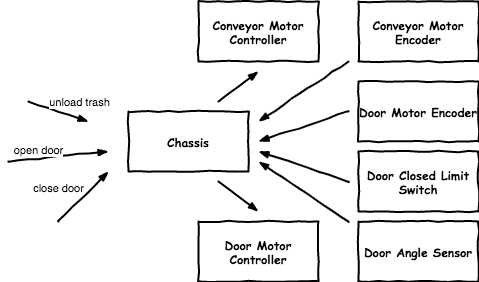
Before: wiki-content/Software-chassis.png, a diagram exported from draw.io (mrtidy/trash-wagon). Source tidied: cells renumbered, new cells last; positions are measured from the earlier drawing's top-left corner, leaving out a move shared by most shapes. The source it was exported from:
```xml
<mxGraphModel background="#ffffff">
  <root>
    <mxCell id="0" style="html=1;" />
    <mxCell id="1" style="html=1;" parent="0" />
    <mxCell id="2" value="Chassis" style="html=1;whiteSpace=wrap;comic=1;strokeWidth=2;fontFamily=Comic Sans MS;fontStyle=1;" parent="1" vertex="1">
      <mxGeometry x="120" y="110" width="120" height="60" as="geometry" />
    </mxCell>
    <mxCell id="3" value="Conveyor Motor Controller" style="html=1;whiteSpace=wrap;comic=1;strokeWidth=2;fontFamily=Comic Sans MS;fontStyle=1;" parent="1" vertex="1">
      <mxGeometry x="190" width="120" height="60" as="geometry" />
    </mxCell>
    <mxCell id="4" value="Door Motor Controller" style="html=1;whiteSpace=wrap;comic=1;strokeWidth=2;fontFamily=Comic Sans MS;fontStyle=1;" parent="1" vertex="1">
      <mxGeometry x="190" y="220" width="120" height="60" as="geometry" />
    </mxCell>
    <mxCell id="5" value="Door Closed Limit Switch" style="html=1;whiteSpace=wrap;comic=1;strokeWidth=2;fontFamily=Comic Sans MS;fontStyle=1;" parent="1" vertex="1">
      <mxGeometry x="350" y="150" width="120" height="60" as="geometry" />
    </mxCell>
    <mxCell id="6" value="Door Angle Sensor" style="html=1;whiteSpace=wrap;comic=1;strokeWidth=2;fontFamily=Comic Sans MS;fontStyle=1;" parent="1" vertex="1">
      <mxGeometry x="350" y="220" width="120" height="60" as="geometry" />
    </mxCell>
    <mxCell id="7" value="Conveyor Motor Encoder" style="html=1;whiteSpace=wrap;comic=1;strokeWidth=2;fontFamily=Comic Sans MS;fontStyle=1;" parent="1" vertex="1">
      <mxGeometry x="350" width="120" height="60" as="geometry" />
    </mxCell>
    <mxCell id="8" value="Door Motor Encoder" style="html=1;whiteSpace=wrap;comic=1;strokeWidth=2;fontFamily=Comic Sans MS;fontStyle=1;" parent="1" vertex="1">
      <mxGeometry x="350" y="80" width="120" height="60" as="geometry" />
    </mxCell>
    <mxCell id="9" style="rounded=0;comic=1;strokeWidth=2;endArrow=blockThin;html=1;fontFamily=Comic Sans MS;fontStyle=1;" parent="1" edge="1">
      <mxGeometry relative="1" as="geometry">
        <mxPoint x="20" y="100" as="sourcePoint" />
        <mxPoint x="80" y="120" as="targetPoint" />
      </mxGeometry>
    </mxCell>
    <mxCell id="10" value="unload trash" style="edgeLabel;html=1;align=center;verticalAlign=middle;" parent="9" vertex="1">
      <mxGeometry x="-0.42" y="-1" relative="1" as="geometry">
        <mxPoint x="33.2" y="-6.6" as="offset" />
      </mxGeometry>
    </mxCell>
    <mxCell id="11" style="rounded=0;comic=1;strokeWidth=2;endArrow=blockThin;html=1;fontFamily=Comic Sans MS;fontStyle=1;" parent="1" edge="1">
      <mxGeometry relative="1" as="geometry">
        <mxPoint y="160" as="sourcePoint" />
        <mxPoint x="100" y="150" as="targetPoint" />
      </mxGeometry>
    </mxCell>
    <mxCell id="12" value="open door" style="edgeLabel;html=1;align=center;verticalAlign=middle;" parent="11" vertex="1">
      <mxGeometry x="0.61" y="3" relative="1" as="geometry">
        <mxPoint x="-50.3" as="offset" />
      </mxGeometry>
    </mxCell>
    <mxCell id="13" style="rounded=0;comic=1;strokeWidth=2;endArrow=blockThin;html=1;fontFamily=Comic Sans MS;fontStyle=1;" parent="1" edge="1">
      <mxGeometry relative="1" as="geometry">
        <mxPoint x="50" y="220" as="sourcePoint" />
        <mxPoint x="100" y="170" as="targetPoint" />
      </mxGeometry>
    </mxCell>
    <mxCell id="14" value="close door" style="edgeLabel;html=1;align=center;verticalAlign=middle;" parent="13" vertex="1">
      <mxGeometry x="0.4" y="-1" relative="1" as="geometry">
        <mxPoint x="-35.4" as="offset" />
      </mxGeometry>
    </mxCell>
    <mxCell id="15" style="rounded=0;comic=1;strokeWidth=2;endArrow=blockThin;html=1;fontFamily=Comic Sans MS;fontStyle=1;" parent="1" edge="1">
      <mxGeometry relative="1" as="geometry">
        <mxPoint x="210" y="100" as="sourcePoint" />
        <mxPoint x="250" y="70" as="targetPoint" />
      </mxGeometry>
    </mxCell>
    <mxCell id="16" style="rounded=0;comic=1;strokeWidth=2;endArrow=blockThin;html=1;fontFamily=Comic Sans MS;fontStyle=1;" parent="1" edge="1">
      <mxGeometry relative="1" as="geometry">
        <mxPoint x="210" y="180" as="sourcePoint" />
        <mxPoint x="250" y="210" as="targetPoint" />
      </mxGeometry>
    </mxCell>
    <mxCell id="17" style="rounded=0;comic=1;strokeWidth=2;endArrow=blockThin;html=1;fontFamily=Comic Sans MS;fontStyle=1;" parent="1" edge="1">
      <mxGeometry relative="1" as="geometry">
        <mxPoint x="340" y="60" as="sourcePoint" />
        <mxPoint x="250" y="120" as="targetPoint" />
      </mxGeometry>
    </mxCell>
    <mxCell id="18" style="rounded=0;comic=1;strokeWidth=2;endArrow=blockThin;html=1;fontFamily=Comic Sans MS;fontStyle=1;" parent="1" edge="1">
      <mxGeometry relative="1" as="geometry">
        <mxPoint x="340" y="220" as="sourcePoint" />
        <mxPoint x="250" y="160" as="targetPoint" />
      </mxGeometry>
    </mxCell>
    <mxCell id="19" style="rounded=0;comic=1;strokeWidth=2;endArrow=blockThin;html=1;fontFamily=Comic Sans MS;fontStyle=1;" parent="1" edge="1">
      <mxGeometry relative="1" as="geometry">
        <mxPoint x="340" y="180" as="sourcePoint" />
        <mxPoint x="250" y="150" as="targetPoint" />
      </mxGeometry>
    </mxCell>
    <mxCell id="20" style="rounded=0;comic=1;strokeWidth=2;endArrow=blockThin;html=1;fontFamily=Comic Sans MS;fontStyle=1;" parent="1" edge="1">
      <mxGeometry relative="1" as="geometry">
        <mxPoint x="340" y="110" as="sourcePoint" />
        <mxPoint x="250" y="140" as="targetPoint" />
      </mxGeometry>
    </mxCell>
  </root>
</mxGraphModel>
```
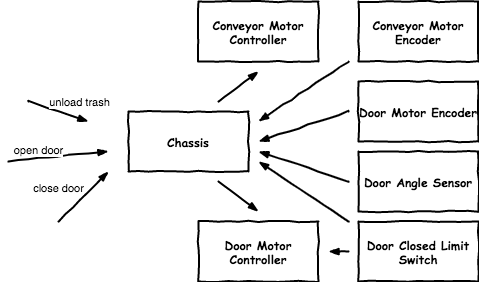
After the change.

Diff of the diagram source:
```diff
@@ -11,10 +11,10 @@
     <mxCell id="4" value="Door Motor Controller" style="html=1;whiteSpace=wrap;comic=1;strokeWidth=2;fontFamily=Comic Sans MS;fontStyle=1;" parent="1" vertex="1">
       <mxGeometry x="190" y="220" width="120" height="60" as="geometry" />
     </mxCell>
-    <mxCell id="5" value="Door Closed Limit Switch" style="html=1;whiteSpace=wrap;comic=1;strokeWidth=2;fontFamily=Comic Sans MS;fontStyle=1;" parent="1" vertex="1">
+    <mxCell id="5" value="Door Angle Sensor" style="html=1;whiteSpace=wrap;comic=1;strokeWidth=2;fontFamily=Comic Sans MS;fontStyle=1;" parent="1" vertex="1">
       <mxGeometry x="350" y="150" width="120" height="60" as="geometry" />
     </mxCell>
-    <mxCell id="6" value="Door Angle Sensor" style="html=1;whiteSpace=wrap;comic=1;strokeWidth=2;fontFamily=Comic Sans MS;fontStyle=1;" parent="1" vertex="1">
+    <mxCell id="6" value="Door Closed Limit Switch" style="html=1;whiteSpace=wrap;comic=1;strokeWidth=2;fontFamily=Comic Sans MS;fontStyle=1;" parent="1" vertex="1">
       <mxGeometry x="350" y="220" width="120" height="60" as="geometry" />
     </mxCell>
     <mxCell id="7" value="Conveyor Motor Encoder" style="html=1;whiteSpace=wrap;comic=1;strokeWidth=2;fontFamily=Comic Sans MS;fontStyle=1;" parent="1" vertex="1">
@@ -92,5 +92,11 @@
         <mxPoint x="250" y="140" as="targetPoint" />
       </mxGeometry>
     </mxCell>
+    <mxCell id="21" style="rounded=0;comic=1;strokeWidth=2;endArrow=blockThin;html=1;fontFamily=Comic Sans MS;fontStyle=1;" parent="1" edge="1">
+      <mxGeometry relative="1" as="geometry">
+        <mxPoint x="340" y="250" as="sourcePoint" />
+        <mxPoint x="320" y="250" as="targetPoint" />
+      </mxGeometry>
+    </mxCell>
   </root>
 </mxGraphModel>
```
